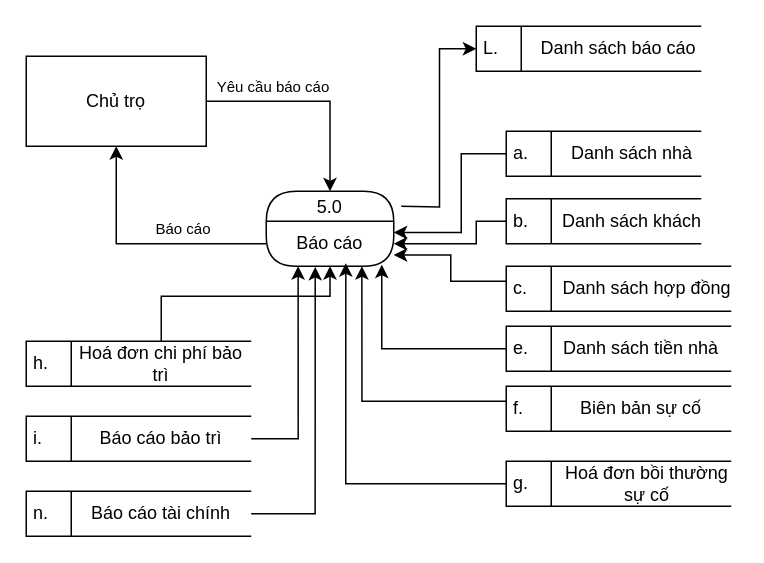
This is Phân tích thiết kế hệ thống/Tuan4_5/draw.io file/BaoCao.drawio from Nguyeniris123/DH22IT01OU, a draw.io file, before an edit. Source tidied: cells renumbered, new cells numbered last; positions are measured from the earlier drawing's top-left corner, leaving out a move shared by most shapes. Both pictures are drawn from the tidied source at 150%, with x=0, y=0 at pixel (26, 26).
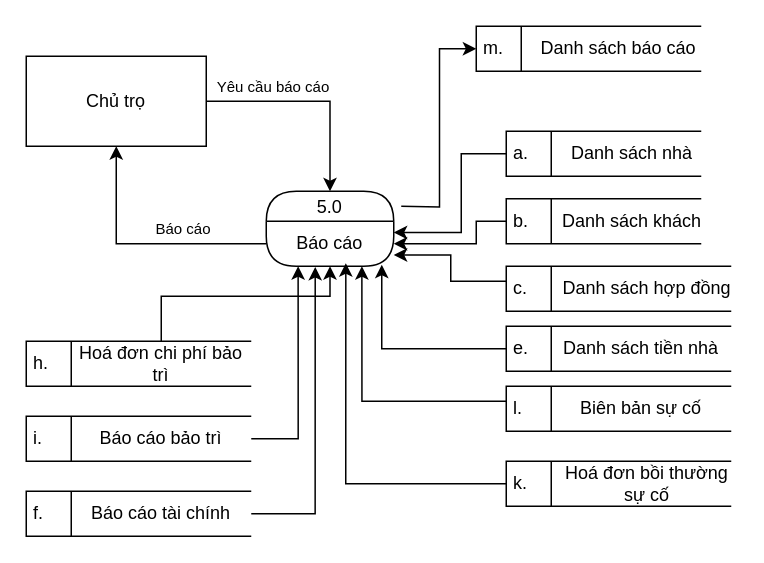
The same diagram, later.

What changed in the source:
```diff
@@
-    <mxCell id="9" value="L." style="html=1;dashed=0;whiteSpace=wrap;shape=mxgraph.dfd.dataStoreID;align=left;spacingLeft=3;points=[[0,0],[0.5,0],[1,0],[0,0.5],[1,0.5],[0,1],[0.5,1],[1,1]];" parent="1" vertex="1">
+    <mxCell id="9" value="m." style="html=1;dashed=0;whiteSpace=wrap;shape=mxgraph.dfd.dataStoreID;align=left;spacingLeft=3;points=[[0,0],[0.5,0],[1,0],[0,0.5],[1,0.5],[0,1],[0.5,1],[1,1]];" parent="1" vertex="1">
       <mxGeometry x="300" width="150" height="30" as="geometry" />
     </mxCell>
@@
-    <mxCell id="24" value="f." style="html=1;dashed=0;whiteSpace=wrap;shape=mxgraph.dfd.dataStoreID;align=left;spacingLeft=3;points=[[0,0],[0.5,0],[1,0],[0,0.5],[1,0.5],[0,1],[0.5,1],[1,1]];" parent="1" vertex="1">
+    <mxCell id="24" value="l." style="html=1;dashed=0;whiteSpace=wrap;shape=mxgraph.dfd.dataStoreID;align=left;spacingLeft=3;points=[[0,0],[0.5,0],[1,0],[0,0.5],[1,0.5],[0,1],[0.5,1],[1,1]];" parent="1" vertex="1">
       <mxGeometry x="320" y="240" width="150" height="30" as="geometry" />
     </mxCell>
@@
-    <mxCell id="26" value="g." style="html=1;dashed=0;whiteSpace=wrap;shape=mxgraph.dfd.dataStoreID;align=left;spacingLeft=3;points=[[0,0],[0.5,0],[1,0],[0,0.5],[1,0.5],[0,1],[0.5,1],[1,1]];" parent="1" vertex="1">
+    <mxCell id="26" value="k." style="html=1;dashed=0;whiteSpace=wrap;shape=mxgraph.dfd.dataStoreID;align=left;spacingLeft=3;points=[[0,0],[0.5,0],[1,0],[0,0.5],[1,0.5],[0,1],[0.5,1],[1,1]];" parent="1" vertex="1">
       <mxGeometry x="320" y="290" width="150" height="30" as="geometry" />
     </mxCell>
@@
-    <mxCell id="36" value="n." style="html=1;dashed=0;whiteSpace=wrap;shape=mxgraph.dfd.dataStoreID;align=left;spacingLeft=3;points=[[0,0],[0.5,0],[1,0],[0,0.5],[1,0.5],[0,1],[0.5,1],[1,1]];" parent="1" vertex="1">
+    <mxCell id="36" value="f." style="html=1;dashed=0;whiteSpace=wrap;shape=mxgraph.dfd.dataStoreID;align=left;spacingLeft=3;points=[[0,0],[0.5,0],[1,0],[0,0.5],[1,0.5],[0,1],[0.5,1],[1,1]];" parent="1" vertex="1">
       <mxGeometry y="310" width="150" height="30" as="geometry" />
     </mxCell>
```
